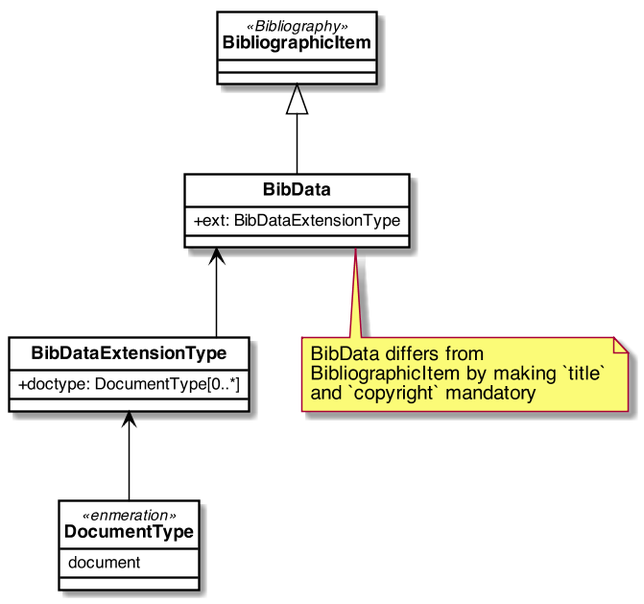
Before: images/BibData.png, a diagram exported from PlantUML (metanorma/basicdoc-models).
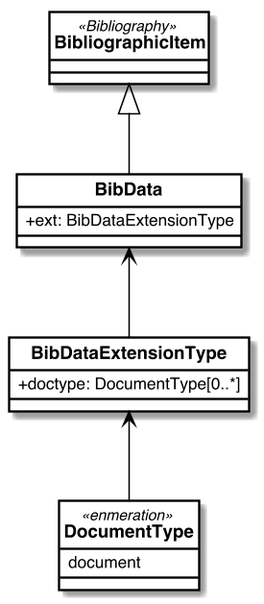
The same file after the commit.

Change to the diagram source:
```diff
@@ -57,7 +57,6 @@
 }
 
 
-note bottom of BibData : BibData differs from\nBibliographicItem by making `title`\nand `copyright` mandatory
 
 
 BibliographicItem <|-- BibData
```
